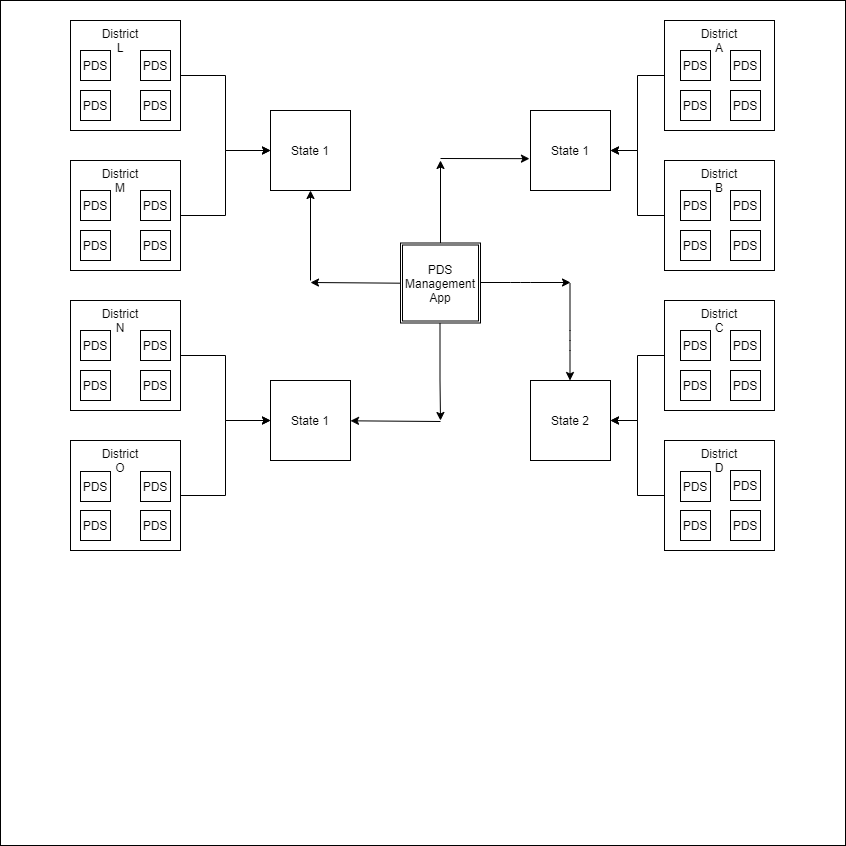
Earlier version of the draw.io export Architecture.png (gswain3316/pdsmanagement). Source tidied: cells renumbered, new cells last; positions are measured from the earlier drawing's top-left corner, leaving out a move shared by most shapes.
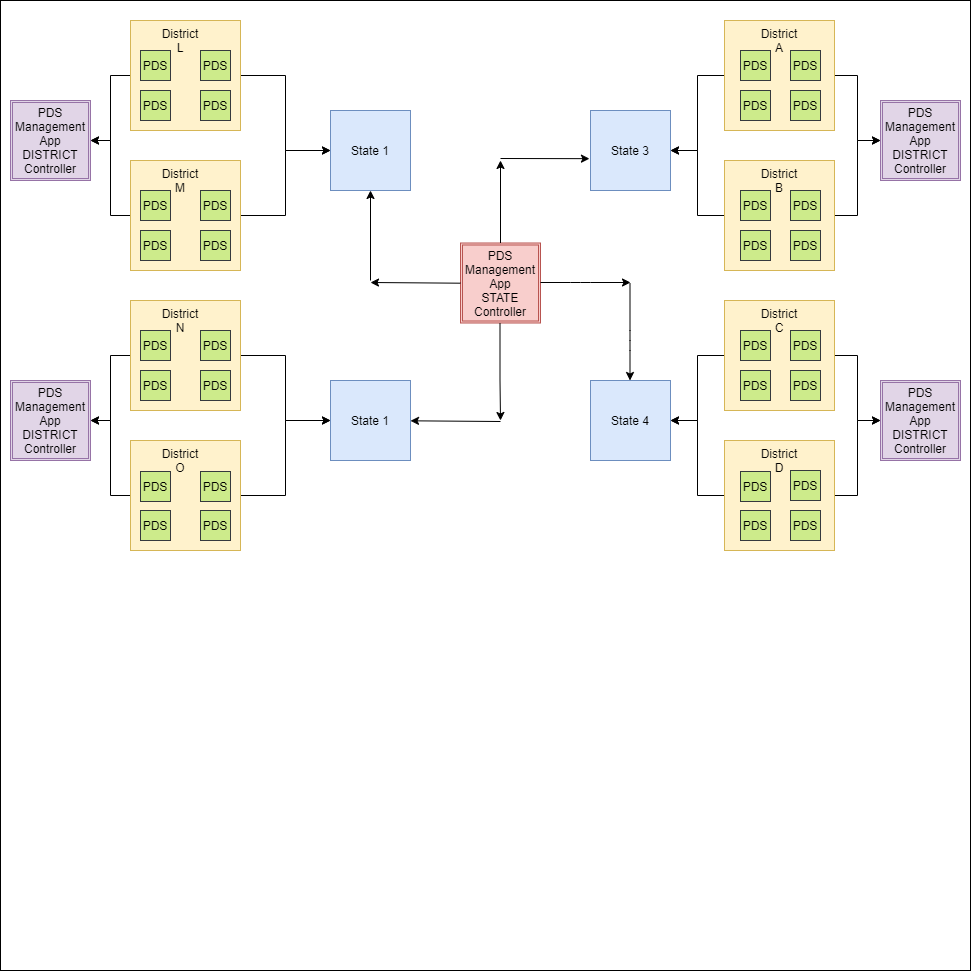
Later version of the same file.

Change to the diagram source:
```diff
@@ -3,84 +3,96 @@
     <mxCell id="0" />
     <mxCell id="1" parent="0" />
     <mxCell id="2" style="whiteSpace=wrap;html=1;" parent="1" vertex="1">
-      <mxGeometry width="845" height="845" as="geometry" />
+      <mxGeometry x="-60" width="970" height="970" as="geometry" />
     </mxCell>
     <mxCell id="3" style="edgeStyle=orthogonalEdgeStyle;rounded=0;jettySize=auto;html=1;" parent="1" edge="1" source="4" target="15">
       <mxGeometry relative="1" as="geometry" />
     </mxCell>
+    <mxCell id="72" style="edgeStyle=orthogonalEdgeStyle;rounded=0;jettySize=auto;html=1;endArrow=classic;endFill=1;" parent="1" edge="1" source="4" target="81">
+      <mxGeometry relative="1" as="geometry" />
+    </mxCell>
-    <mxCell id="4" style="whiteSpace=wrap;html=1;" parent="1" vertex="1">
+    <mxCell id="4" style="whiteSpace=wrap;html=1;fillColor=#fff2cc;strokeColor=#d6b656;" parent="1" vertex="1">
       <mxGeometry x="664" y="20" width="110" height="110" as="geometry" />
     </mxCell>
-    <mxCell id="5" value="PDS" style="whiteSpace=wrap;html=1;" parent="1" vertex="1">
+    <mxCell id="5" value="PDS" style="whiteSpace=wrap;html=1;fillColor=#cdeb8b;strokeColor=#36393d;" parent="1" vertex="1">
       <mxGeometry x="680" y="50" width="30" height="30" as="geometry" />
     </mxCell>
-    <mxCell id="6" value="PDS" style="whiteSpace=wrap;html=1;" parent="1" vertex="1">
+    <mxCell id="6" value="PDS" style="whiteSpace=wrap;html=1;fillColor=#cdeb8b;strokeColor=#36393d;" parent="1" vertex="1">
       <mxGeometry x="730" y="50" width="30" height="30" as="geometry" />
     </mxCell>
-    <mxCell id="7" value="PDS" style="whiteSpace=wrap;html=1;" parent="1" vertex="1">
+    <mxCell id="7" value="PDS" style="whiteSpace=wrap;html=1;fillColor=#cdeb8b;strokeColor=#36393d;" parent="1" vertex="1">
       <mxGeometry x="680" y="90" width="30" height="30" as="geometry" />
     </mxCell>
-    <mxCell id="8" value="PDS" style="whiteSpace=wrap;html=1;" parent="1" vertex="1">
+    <mxCell id="8" value="PDS" style="whiteSpace=wrap;html=1;fillColor=#cdeb8b;strokeColor=#36393d;" parent="1" vertex="1">
       <mxGeometry x="730" y="90" width="30" height="30" as="geometry" />
     </mxCell>
     <mxCell id="9" style="edgeStyle=orthogonalEdgeStyle;rounded=0;jettySize=auto;html=1;" parent="1" edge="1" source="10" target="15">
       <mxGeometry relative="1" as="geometry" />
     </mxCell>
+    <mxCell id="73" style="edgeStyle=orthogonalEdgeStyle;rounded=0;jettySize=auto;html=1;endArrow=classic;endFill=1;" parent="1" edge="1" source="10" target="81">
+      <mxGeometry relative="1" as="geometry" />
+    </mxCell>
-    <mxCell id="10" style="whiteSpace=wrap;html=1;" parent="1" vertex="1">
+    <mxCell id="10" style="whiteSpace=wrap;html=1;fillColor=#fff2cc;strokeColor=#d6b656;" parent="1" vertex="1">
       <mxGeometry x="664" y="160" width="110" height="110" as="geometry" />
     </mxCell>
-    <mxCell id="11" value="PDS" style="whiteSpace=wrap;html=1;" parent="1" vertex="1">
+    <mxCell id="11" value="PDS" style="whiteSpace=wrap;html=1;fillColor=#cdeb8b;strokeColor=#36393d;" parent="1" vertex="1">
       <mxGeometry x="680" y="190" width="30" height="30" as="geometry" />
     </mxCell>
-    <mxCell id="12" value="PDS" style="whiteSpace=wrap;html=1;" parent="1" vertex="1">
+    <mxCell id="12" value="PDS" style="whiteSpace=wrap;html=1;fillColor=#cdeb8b;strokeColor=#36393d;" parent="1" vertex="1">
       <mxGeometry x="730" y="190" width="30" height="30" as="geometry" />
     </mxCell>
-    <mxCell id="13" value="PDS" style="whiteSpace=wrap;html=1;" parent="1" vertex="1">
+    <mxCell id="13" value="PDS" style="whiteSpace=wrap;html=1;fillColor=#cdeb8b;strokeColor=#36393d;" parent="1" vertex="1">
       <mxGeometry x="680" y="230" width="30" height="30" as="geometry" />
     </mxCell>
-    <mxCell id="14" value="PDS" style="whiteSpace=wrap;html=1;" parent="1" vertex="1">
+    <mxCell id="14" value="PDS" style="whiteSpace=wrap;html=1;fillColor=#cdeb8b;strokeColor=#36393d;" parent="1" vertex="1">
       <mxGeometry x="730" y="230" width="30" height="30" as="geometry" />
     </mxCell>
-    <mxCell id="15" value="State 1" style="whiteSpace=wrap;html=1;" parent="1" vertex="1">
+    <mxCell id="15" value="State 3" style="whiteSpace=wrap;html=1;fillColor=#dae8fc;strokeColor=#6c8ebf;" parent="1" vertex="1">
       <mxGeometry x="530" y="110" width="80" height="80" as="geometry" />
     </mxCell>
     <mxCell id="16" style="edgeStyle=orthogonalEdgeStyle;rounded=0;jettySize=auto;html=1;" parent="1" edge="1" source="17" target="20">
       <mxGeometry relative="1" as="geometry" />
     </mxCell>
+    <mxCell id="74" style="edgeStyle=orthogonalEdgeStyle;rounded=0;jettySize=auto;html=1;endArrow=classic;endFill=1;" parent="1" edge="1" source="17" target="83">
+      <mxGeometry relative="1" as="geometry" />
+    </mxCell>
-    <mxCell id="17" style="whiteSpace=wrap;html=1;" parent="1" vertex="1">
+    <mxCell id="17" style="whiteSpace=wrap;html=1;fillColor=#fff2cc;strokeColor=#d6b656;" parent="1" vertex="1">
       <mxGeometry x="664" y="300" width="110" height="110" as="geometry" />
     </mxCell>
     <mxCell id="18" style="edgeStyle=orthogonalEdgeStyle;rounded=0;jettySize=auto;html=1;" parent="1" edge="1" source="19" target="20">
       <mxGeometry relative="1" as="geometry" />
     </mxCell>
+    <mxCell id="75" style="edgeStyle=orthogonalEdgeStyle;rounded=0;jettySize=auto;html=1;endArrow=classic;endFill=1;" parent="1" edge="1" source="19" target="83">
+      <mxGeometry relative="1" as="geometry" />
+    </mxCell>
-    <mxCell id="19" style="whiteSpace=wrap;html=1;" parent="1" vertex="1">
+    <mxCell id="19" style="whiteSpace=wrap;html=1;fillColor=#fff2cc;strokeColor=#d6b656;" parent="1" vertex="1">
       <mxGeometry x="664" y="440" width="110" height="110" as="geometry" />
     </mxCell>
-    <mxCell id="20" value="State 2" style="whiteSpace=wrap;html=1;" parent="1" vertex="1">
+    <mxCell id="20" value="State 4" style="whiteSpace=wrap;html=1;fillColor=#dae8fc;strokeColor=#6c8ebf;" parent="1" vertex="1">
       <mxGeometry x="530" y="380" width="80" height="80" as="geometry" />
     </mxCell>
-    <mxCell id="21" value="PDS" style="whiteSpace=wrap;html=1;" parent="1" vertex="1">
+    <mxCell id="21" value="PDS" style="whiteSpace=wrap;html=1;fillColor=#cdeb8b;strokeColor=#36393d;" parent="1" vertex="1">
       <mxGeometry x="680" y="330" width="30" height="30" as="geometry" />
     </mxCell>
-    <mxCell id="22" value="PDS" style="whiteSpace=wrap;html=1;" parent="1" vertex="1">
+    <mxCell id="22" value="PDS" style="whiteSpace=wrap;html=1;fillColor=#cdeb8b;strokeColor=#36393d;" parent="1" vertex="1">
       <mxGeometry x="730" y="330" width="30" height="30" as="geometry" />
     </mxCell>
-    <mxCell id="23" value="PDS" style="whiteSpace=wrap;html=1;" parent="1" vertex="1">
+    <mxCell id="23" value="PDS" style="whiteSpace=wrap;html=1;fillColor=#cdeb8b;strokeColor=#36393d;" parent="1" vertex="1">
       <mxGeometry x="680" y="370" width="30" height="30" as="geometry" />
     </mxCell>
-    <mxCell id="24" value="PDS" style="whiteSpace=wrap;html=1;" parent="1" vertex="1">
+    <mxCell id="24" value="PDS" style="whiteSpace=wrap;html=1;fillColor=#cdeb8b;strokeColor=#36393d;" parent="1" vertex="1">
       <mxGeometry x="730" y="370" width="30" height="30" as="geometry" />
     </mxCell>
-    <mxCell id="25" value="PDS" style="whiteSpace=wrap;html=1;" parent="1" vertex="1">
+    <mxCell id="25" value="PDS" style="whiteSpace=wrap;html=1;fillColor=#cdeb8b;strokeColor=#36393d;" parent="1" vertex="1">
       <mxGeometry x="680" y="471" width="30" height="30" as="geometry" />
     </mxCell>
-    <mxCell id="26" value="PDS" style="whiteSpace=wrap;html=1;" parent="1" vertex="1">
+    <mxCell id="26" value="PDS" style="whiteSpace=wrap;html=1;fillColor=#cdeb8b;strokeColor=#36393d;" parent="1" vertex="1">
       <mxGeometry x="730" y="470" width="30" height="30" as="geometry" />
     </mxCell>
-    <mxCell id="27" value="PDS" style="whiteSpace=wrap;html=1;" parent="1" vertex="1">
+    <mxCell id="27" value="PDS" style="whiteSpace=wrap;html=1;fillColor=#cdeb8b;strokeColor=#36393d;" parent="1" vertex="1">
       <mxGeometry x="680" y="510" width="30" height="30" as="geometry" />
     </mxCell>
-    <mxCell id="28" value="PDS" style="whiteSpace=wrap;html=1;" parent="1" vertex="1">
+    <mxCell id="28" value="PDS" style="whiteSpace=wrap;html=1;fillColor=#cdeb8b;strokeColor=#36393d;" parent="1" vertex="1">
       <mxGeometry x="730" y="510" width="30" height="30" as="geometry" />
     </mxCell>
     <mxCell id="29" value="District A" style="text;html=1;strokeColor=none;fillColor=none;align=center;verticalAlign=middle;whiteSpace=wrap;rounded=0;" parent="1" vertex="1">
@@ -95,7 +107,7 @@
     <mxCell id="32" value="District D" style="text;html=1;strokeColor=none;fillColor=none;align=center;verticalAlign=middle;whiteSpace=wrap;rounded=0;" parent="1" vertex="1">
       <mxGeometry x="699" y="450" width="40" height="20" as="geometry" />
     </mxCell>
-    <mxCell id="33" value="PDS Management App" style="shape=ext;double=1;whiteSpace=wrap;html=1;" parent="1" vertex="1">
+    <mxCell id="33" value="PDS Management App&lt;br&gt;STATE Controller" style="shape=ext;double=1;whiteSpace=wrap;html=1;fillColor=#f8cecc;strokeColor=#b85450;" parent="1" vertex="1">
       <mxGeometry x="400" y="242.5" width="80" height="80" as="geometry" />
     </mxCell>
     <mxCell id="34" style="endArrow=classic;html=1;entryX=-0.013;entryY=0.602;entryDx=0;entryDy=0;entryPerimeter=0;" parent="1" edge="1" target="15">
@@ -126,10 +138,10 @@
         </Array>
       </mxGeometry>
     </mxCell>
-    <mxCell id="38" value="State 1" style="whiteSpace=wrap;html=1;" parent="1" vertex="1">
+    <mxCell id="38" value="State 1" style="whiteSpace=wrap;html=1;fillColor=#dae8fc;strokeColor=#6c8ebf;" parent="1" vertex="1">
       <mxGeometry x="270" y="110" width="80" height="80" as="geometry" />
     </mxCell>
-    <mxCell id="39" value="State 1" style="whiteSpace=wrap;html=1;" parent="1" vertex="1">
+    <mxCell id="39" value="State 1" style="whiteSpace=wrap;html=1;fillColor=#dae8fc;strokeColor=#6c8ebf;" parent="1" vertex="1">
       <mxGeometry x="270" y="380" width="80" height="80" as="geometry" />
     </mxCell>
     <mxCell id="40" style="endArrow=classic;html=1;endFill=1;" parent="1" edge="1">
@@ -160,73 +172,85 @@
     <mxCell id="44" style="edgeStyle=orthogonalEdgeStyle;rounded=0;jettySize=auto;html=1;endArrow=classic;endFill=1;" parent="1" edge="1" source="45" target="38">
       <mxGeometry relative="1" as="geometry" />
     </mxCell>
+    <mxCell id="76" style="edgeStyle=orthogonalEdgeStyle;rounded=0;jettySize=auto;html=1;endArrow=classic;endFill=1;" parent="1" edge="1" source="45" target="80">
+      <mxGeometry relative="1" as="geometry" />
+    </mxCell>
-    <mxCell id="45" style="whiteSpace=wrap;html=1;" parent="1" vertex="1">
+    <mxCell id="45" style="whiteSpace=wrap;html=1;fillColor=#fff2cc;strokeColor=#d6b656;" parent="1" vertex="1">
       <mxGeometry x="70" y="20" width="110" height="110" as="geometry" />
     </mxCell>
     <mxCell id="46" style="edgeStyle=orthogonalEdgeStyle;rounded=0;jettySize=auto;html=1;endArrow=classic;endFill=1;" parent="1" edge="1" source="47" target="38">
       <mxGeometry relative="1" as="geometry" />
     </mxCell>
+    <mxCell id="77" style="edgeStyle=orthogonalEdgeStyle;rounded=0;jettySize=auto;html=1;endArrow=classic;endFill=1;" parent="1" edge="1" source="47" target="80">
+      <mxGeometry relative="1" as="geometry" />
+    </mxCell>
-    <mxCell id="47" style="whiteSpace=wrap;html=1;" parent="1" vertex="1">
+    <mxCell id="47" style="whiteSpace=wrap;html=1;fillColor=#fff2cc;strokeColor=#d6b656;" parent="1" vertex="1">
       <mxGeometry x="70" y="160" width="110" height="110" as="geometry" />
     </mxCell>
     <mxCell id="48" style="edgeStyle=orthogonalEdgeStyle;rounded=0;jettySize=auto;html=1;endArrow=classic;endFill=1;" parent="1" edge="1" source="49" target="39">
       <mxGeometry relative="1" as="geometry" />
     </mxCell>
+    <mxCell id="78" style="edgeStyle=orthogonalEdgeStyle;rounded=0;jettySize=auto;html=1;endArrow=classic;endFill=1;" parent="1" edge="1" source="49" target="82">
+      <mxGeometry relative="1" as="geometry" />
+    </mxCell>
-    <mxCell id="49" style="whiteSpace=wrap;html=1;" parent="1" vertex="1">
+    <mxCell id="49" style="whiteSpace=wrap;html=1;fillColor=#fff2cc;strokeColor=#d6b656;" parent="1" vertex="1">
       <mxGeometry x="70" y="300" width="110" height="110" as="geometry" />
     </mxCell>
     <mxCell id="50" style="edgeStyle=orthogonalEdgeStyle;rounded=0;jettySize=auto;html=1;endArrow=classic;endFill=1;" parent="1" edge="1" source="51" target="39">
       <mxGeometry relative="1" as="geometry" />
     </mxCell>
+    <mxCell id="79" style="edgeStyle=orthogonalEdgeStyle;rounded=0;jettySize=auto;html=1;endArrow=classic;endFill=1;" parent="1" edge="1" source="51" target="82">
+      <mxGeometry relative="1" as="geometry" />
+    </mxCell>
-    <mxCell id="51" style="whiteSpace=wrap;html=1;" parent="1" vertex="1">
+    <mxCell id="51" style="whiteSpace=wrap;html=1;fillColor=#fff2cc;strokeColor=#d6b656;" parent="1" vertex="1">
       <mxGeometry x="70" y="440" width="110" height="110" as="geometry" />
     </mxCell>
-    <mxCell id="52" value="PDS" style="whiteSpace=wrap;html=1;" parent="1" vertex="1">
+    <mxCell id="52" value="PDS" style="whiteSpace=wrap;html=1;fillColor=#cdeb8b;strokeColor=#36393d;" parent="1" vertex="1">
       <mxGeometry x="80" y="50" width="30" height="30" as="geometry" />
     </mxCell>
-    <mxCell id="53" value="PDS" style="whiteSpace=wrap;html=1;" parent="1" vertex="1">
+    <mxCell id="53" value="PDS" style="whiteSpace=wrap;html=1;fillColor=#cdeb8b;strokeColor=#36393d;" parent="1" vertex="1">
       <mxGeometry x="140" y="50" width="30" height="30" as="geometry" />
     </mxCell>
-    <mxCell id="54" value="PDS" style="whiteSpace=wrap;html=1;" parent="1" vertex="1">
+    <mxCell id="54" value="PDS" style="whiteSpace=wrap;html=1;fillColor=#cdeb8b;strokeColor=#36393d;" parent="1" vertex="1">
       <mxGeometry x="80" y="90" width="30" height="30" as="geometry" />
     </mxCell>
-    <mxCell id="55" value="PDS" style="whiteSpace=wrap;html=1;" parent="1" vertex="1">
+    <mxCell id="55" value="PDS" style="whiteSpace=wrap;html=1;fillColor=#cdeb8b;strokeColor=#36393d;" parent="1" vertex="1">
       <mxGeometry x="140" y="90" width="30" height="30" as="geometry" />
     </mxCell>
-    <mxCell id="56" value="PDS" style="whiteSpace=wrap;html=1;" parent="1" vertex="1">
+    <mxCell id="56" value="PDS" style="whiteSpace=wrap;html=1;fillColor=#cdeb8b;strokeColor=#36393d;" parent="1" vertex="1">
       <mxGeometry x="80" y="190" width="30" height="30" as="geometry" />
     </mxCell>
-    <mxCell id="57" value="PDS" style="whiteSpace=wrap;html=1;" parent="1" vertex="1">
+    <mxCell id="57" value="PDS" style="whiteSpace=wrap;html=1;fillColor=#cdeb8b;strokeColor=#36393d;" parent="1" vertex="1">
       <mxGeometry x="140" y="190" width="30" height="30" as="geometry" />
     </mxCell>
-    <mxCell id="58" value="PDS" style="whiteSpace=wrap;html=1;" parent="1" vertex="1">
+    <mxCell id="58" value="PDS" style="whiteSpace=wrap;html=1;fillColor=#cdeb8b;strokeColor=#36393d;" parent="1" vertex="1">
       <mxGeometry x="80" y="230" width="30" height="30" as="geometry" />
     </mxCell>
-    <mxCell id="59" value="PDS" style="whiteSpace=wrap;html=1;" parent="1" vertex="1">
+    <mxCell id="59" value="PDS" style="whiteSpace=wrap;html=1;fillColor=#cdeb8b;strokeColor=#36393d;" parent="1" vertex="1">
       <mxGeometry x="140" y="230" width="30" height="30" as="geometry" />
     </mxCell>
-    <mxCell id="60" value="PDS" style="whiteSpace=wrap;html=1;" parent="1" vertex="1">
+    <mxCell id="60" value="PDS" style="whiteSpace=wrap;html=1;fillColor=#cdeb8b;strokeColor=#36393d;" parent="1" vertex="1">
       <mxGeometry x="80" y="330" width="30" height="30" as="geometry" />
     </mxCell>
-    <mxCell id="61" value="PDS" style="whiteSpace=wrap;html=1;" parent="1" vertex="1">
+    <mxCell id="61" value="PDS" style="whiteSpace=wrap;html=1;fillColor=#cdeb8b;strokeColor=#36393d;" parent="1" vertex="1">
       <mxGeometry x="140" y="330" width="30" height="30" as="geometry" />
     </mxCell>
-    <mxCell id="62" value="PDS" style="whiteSpace=wrap;html=1;" parent="1" vertex="1">
+    <mxCell id="62" value="PDS" style="whiteSpace=wrap;html=1;fillColor=#cdeb8b;strokeColor=#36393d;" parent="1" vertex="1">
       <mxGeometry x="80" y="370" width="30" height="30" as="geometry" />
     </mxCell>
-    <mxCell id="63" value="PDS" style="whiteSpace=wrap;html=1;" parent="1" vertex="1">
+    <mxCell id="63" value="PDS" style="whiteSpace=wrap;html=1;fillColor=#cdeb8b;strokeColor=#36393d;" parent="1" vertex="1">
       <mxGeometry x="140" y="370" width="30" height="30" as="geometry" />
     </mxCell>
-    <mxCell id="64" value="PDS" style="whiteSpace=wrap;html=1;" parent="1" vertex="1">
+    <mxCell id="64" value="PDS" style="whiteSpace=wrap;html=1;fillColor=#cdeb8b;strokeColor=#36393d;" parent="1" vertex="1">
       <mxGeometry x="80" y="471" width="30" height="30" as="geometry" />
     </mxCell>
-    <mxCell id="65" value="PDS" style="whiteSpace=wrap;html=1;" parent="1" vertex="1">
+    <mxCell id="65" value="PDS" style="whiteSpace=wrap;html=1;fillColor=#cdeb8b;strokeColor=#36393d;" parent="1" vertex="1">
       <mxGeometry x="140" y="471" width="30" height="30" as="geometry" />
     </mxCell>
-    <mxCell id="66" value="PDS" style="whiteSpace=wrap;html=1;" parent="1" vertex="1">
+    <mxCell id="66" value="PDS" style="whiteSpace=wrap;html=1;fillColor=#cdeb8b;strokeColor=#36393d;" parent="1" vertex="1">
       <mxGeometry x="80" y="510" width="30" height="30" as="geometry" />
     </mxCell>
-    <mxCell id="67" value="PDS" style="whiteSpace=wrap;html=1;" parent="1" vertex="1">
+    <mxCell id="67" value="PDS" style="whiteSpace=wrap;html=1;fillColor=#cdeb8b;strokeColor=#36393d;" parent="1" vertex="1">
       <mxGeometry x="140" y="510" width="30" height="30" as="geometry" />
     </mxCell>
     <mxCell id="68" value="District L" style="text;html=1;strokeColor=none;fillColor=none;align=center;verticalAlign=middle;whiteSpace=wrap;rounded=0;" parent="1" vertex="1">
@@ -241,5 +265,17 @@
     <mxCell id="71" value="District O" style="text;html=1;strokeColor=none;fillColor=none;align=center;verticalAlign=middle;whiteSpace=wrap;rounded=0;" parent="1" vertex="1">
       <mxGeometry x="100" y="450" width="40" height="20" as="geometry" />
     </mxCell>
+    <mxCell id="80" value="PDS Management App&lt;br&gt;DISTRICT Controller" style="shape=ext;double=1;whiteSpace=wrap;html=1;fillColor=#e1d5e7;strokeColor=#9673a6;" parent="1" vertex="1">
+      <mxGeometry x="-50" y="100" width="80" height="80" as="geometry" />
+    </mxCell>
+    <mxCell id="81" value="PDS Management App&lt;br&gt;DISTRICT Controller" style="shape=ext;double=1;whiteSpace=wrap;html=1;fillColor=#e1d5e7;strokeColor=#9673a6;" parent="1" vertex="1">
+      <mxGeometry x="820" y="100" width="80" height="80" as="geometry" />
+    </mxCell>
+    <mxCell id="82" value="PDS Management App&lt;br&gt;DISTRICT Controller" style="shape=ext;double=1;whiteSpace=wrap;html=1;fillColor=#e1d5e7;strokeColor=#9673a6;" parent="1" vertex="1">
+      <mxGeometry x="-50" y="380" width="80" height="80" as="geometry" />
+    </mxCell>
+    <mxCell id="83" value="PDS Management App&lt;br&gt;DISTRICT Controller" style="shape=ext;double=1;whiteSpace=wrap;html=1;fillColor=#e1d5e7;strokeColor=#9673a6;" parent="1" vertex="1">
+      <mxGeometry x="820" y="380" width="80" height="80" as="geometry" />
+    </mxCell>
   </root>
 </mxGraphModel>
```
